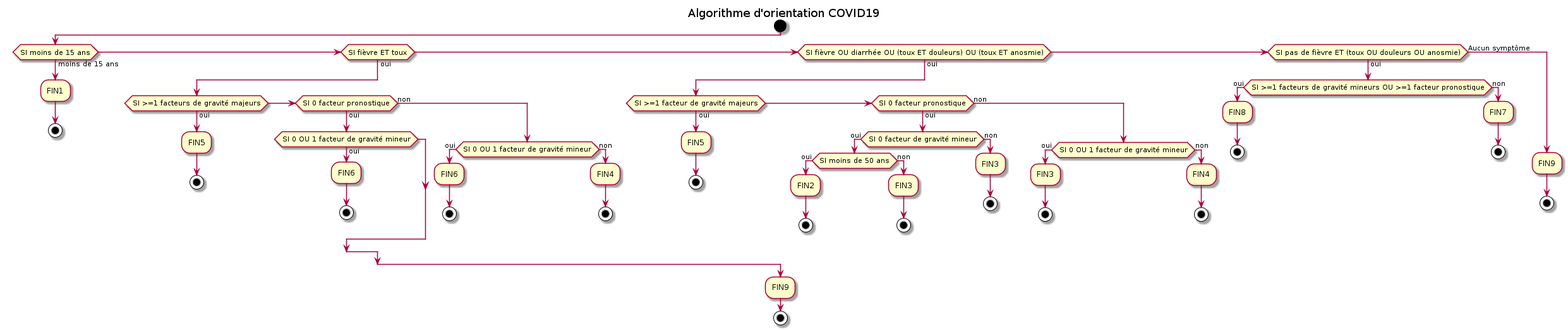
The PlantUML diagram diagramme-algorithme-orientation-covid19.png in bzg/covid19-algorithme-orientation, before a commit.
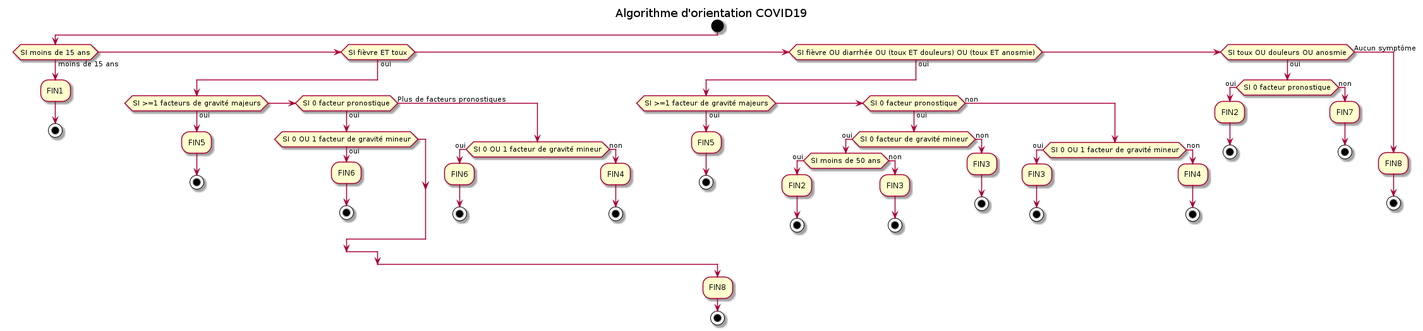
After the commit.

Diff of the diagram source:
```diff
@@ -16,7 +16,7 @@
              :FIN6;
              stop
           endif
-       else (non)
+       else (Plus de facteurs pronostiques)
           if (SI 0 OU 1 facteur de gravité mineur) then (oui)
              :FIN6;
              stop
@@ -53,9 +53,9 @@
            endif
         endif
 
-elseif (SI pas de fièvre ET (toux OU douleurs OU anosmie)) then (oui)
-       if (SI >=1 facteurs de gravité mineurs OU >=1 facteur pronostique) then (oui)
-          :FIN8;
+elseif (SI toux OU douleurs OU anosmie) then (oui)
+       if (SI 0 facteur pronostique) then (oui)
+          :FIN2;
           stop
        else (non)
           :FIN7;
@@ -63,11 +63,11 @@
        endif
 
 else (Aucun symptôme)
-     :FIN9;
+     :FIN8;
      stop
 endif
 
-:FIN9;
+:FIN8;
 stop
 
 @enduml
```
